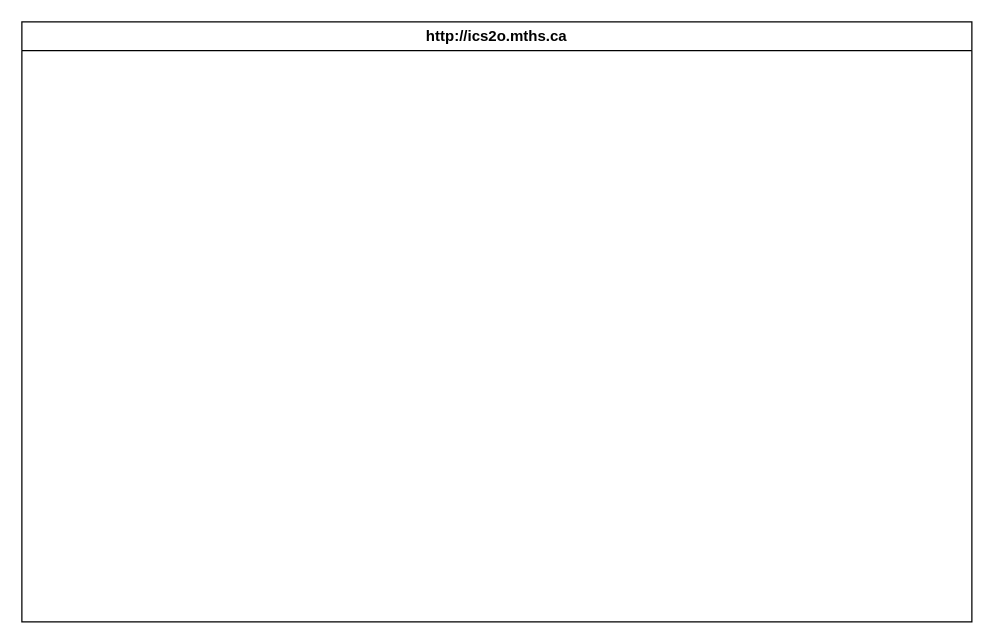
This is design/storyboard.drawio from MTHS-ICS2O-2-2022/ICS2O-Unit-5-03-Bonnie-Zhu, a draw.io file, before an edit. Source tidied: cells renumbered, new cells numbered last; positions are measured from the earlier drawing's top-left corner, leaving out a move shared by most shapes. Both pictures are drawn from the tidied source at 125%, with x=0, y=0 at pixel (21, 21). Pictures stored in the file or linked from it are replaced by grey dashed boxes.
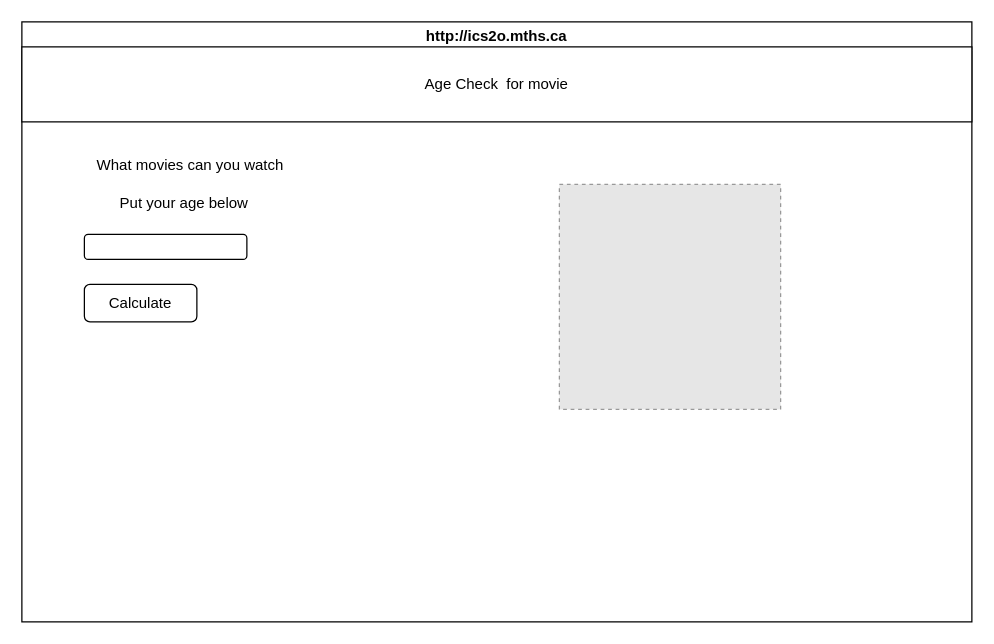
The same page after the edit.

The edit, as a diff of the source:
```diff
@@
 <mxGraphModel>
   <root>
     <mxCell id="0" />
     <mxCell id="1" parent="0" />
     <mxCell id="2" value="http://ics2o.mths.ca" style="swimlane;whiteSpace=wrap;html=1;" parent="1" vertex="1">
       <mxGeometry width="760" height="480" as="geometry" />
     </mxCell>
+    <mxCell id="3" value="Age Check&amp;nbsp; for movie" style="rounded=0;whiteSpace=wrap;html=1;" parent="2" vertex="1">
+      <mxGeometry y="20" width="760" height="60" as="geometry" />
+    </mxCell>
+    <mxCell id="4" value="What movies can you watch" style="text;html=1;strokeColor=none;fillColor=none;align=center;verticalAlign=middle;whiteSpace=wrap;rounded=0;" parent="2" vertex="1">
+      <mxGeometry x="40" y="100" width="190" height="30" as="geometry" />
+    </mxCell>
+    <mxCell id="5" value="Put your age below" style="text;html=1;strokeColor=none;fillColor=none;align=center;verticalAlign=middle;whiteSpace=wrap;rounded=0;" parent="2" vertex="1">
+      <mxGeometry x="60" y="130" width="140" height="30" as="geometry" />
+    </mxCell>
+    <mxCell id="6" style="rounded=1;whiteSpace=wrap;html=1;" parent="2" vertex="1">
+      <mxGeometry x="50" y="170" width="130" height="20" as="geometry" />
+    </mxCell>
+    <mxCell id="7" value="Calculate" style="rounded=1;whiteSpace=wrap;html=1;" parent="2" vertex="1">
+      <mxGeometry x="50" y="210" width="90" height="30" as="geometry" />
+    </mxCell>
+    <mxCell id="8" style="fillColor=#E6E6E6;strokeColor=#999999;dashed=1;verticalLabelPosition=bottom;labelBackgroundColor=default;verticalAlign=top;" parent="2" vertex="1">
+      <mxGeometry x="430" y="130" width="177" height="180" as="geometry" />
+    </mxCell>
   </root>
 </mxGraphModel>
```
